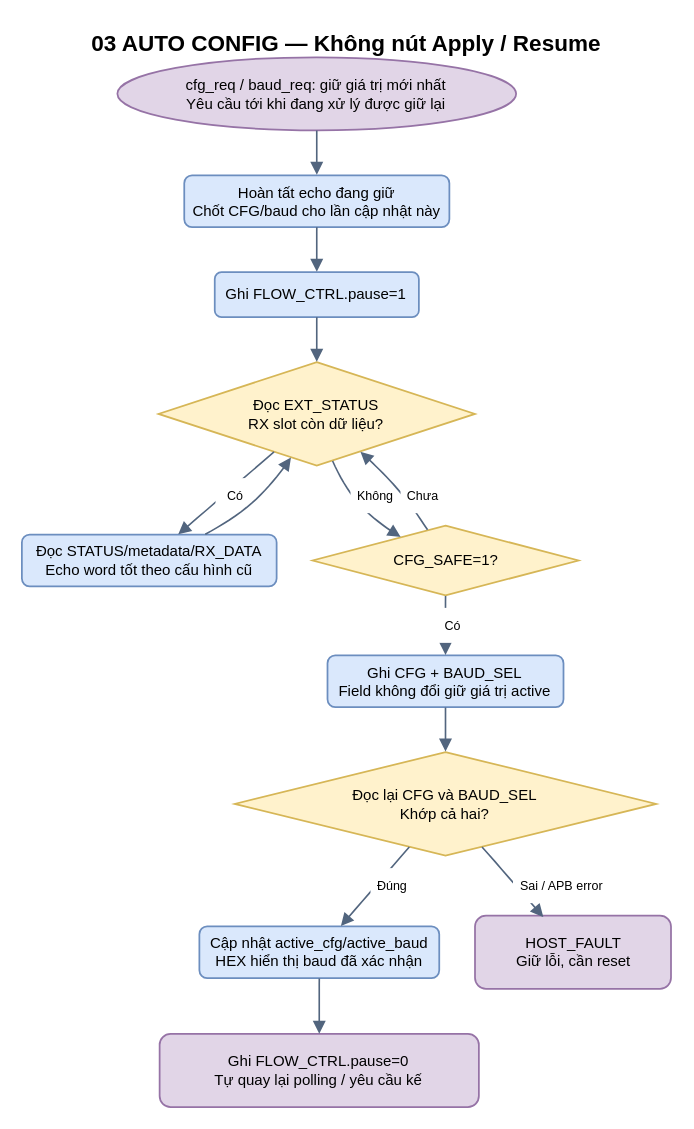
The draw.io diagram page "16 MASTER - APB_MASTER_AUTO_CONFIG" (16 of 18) of Architecture_diagram/UART_APB_ARCHITECTURE.drawio in KaneThanh/APB_UART, before the edit. Source tidied: cells renumbered, new cells numbered last; positions are measured from the earlier drawing's top-left corner, leaving out a move shared by most shapes. Both pictures are drawn from the tidied source at 125%, with x=0, y=0 at pixel (21, 21).
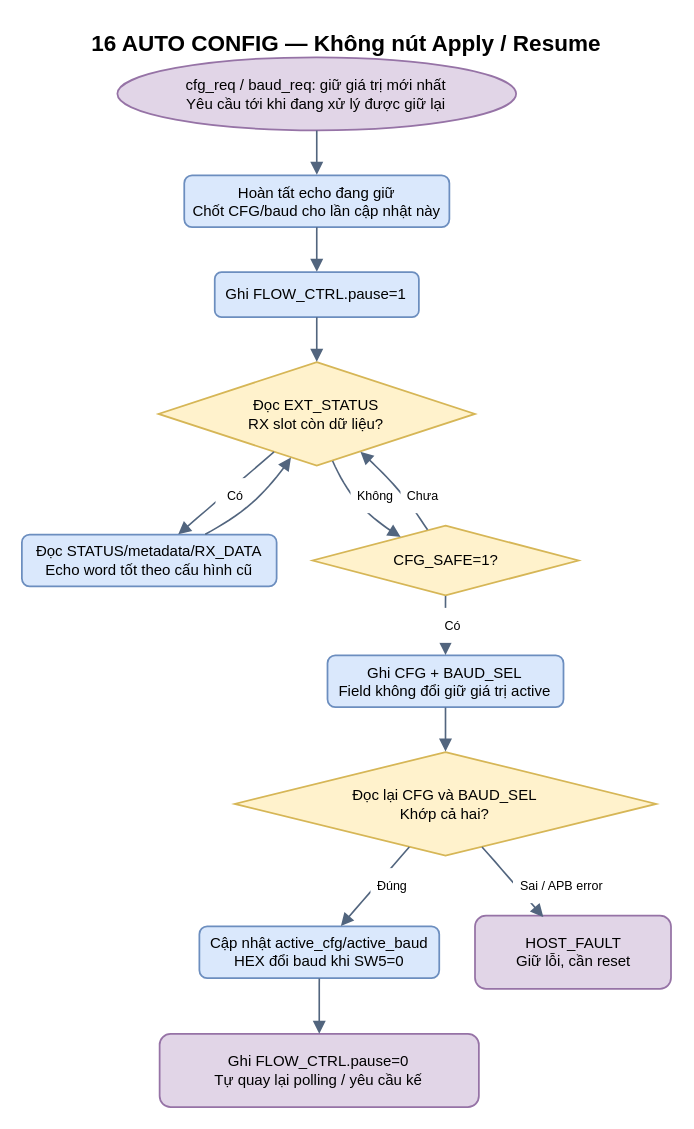
The same page after the edit.

The edit, as a diff of the source:
```diff
@@
-    <mxCell id="10" value="Cập nhật active_cfg/active_baud&#10;HEX hiển thị baud đã xác nhận" style="rounded=1;html=0;whiteSpace=wrap;fillColor=#DAE8FC;strokeColor=#6C8EBF;strokeWidth=1.4;fontFamily=Arial;fontSize=12;align=center;verticalAlign=middle;spacing=6;" parent="1" vertex="1">
+    <mxCell id="10" value="Cập nhật active_cfg/active_baud&#10;HEX đổi baud khi SW5=0" style="rounded=1;html=0;whiteSpace=wrap;fillColor=#DAE8FC;strokeColor=#6C8EBF;strokeWidth=1.4;fontFamily=Arial;fontSize=12;align=center;verticalAlign=middle;spacing=6;" parent="1" vertex="1">
       <mxGeometry x="142" y="723.6" width="191.9" height="41.4" as="geometry" />
     </mxCell>
@@
-    <mxCell id="31" value="03 AUTO CONFIG — Không nút Apply / Resume" style="text;html=0;strokeColor=none;fillColor=none;fontFamily=Arial;fontSize=18;fontStyle=1;align=center;" parent="1" vertex="1">
+    <mxCell id="31" value="16 AUTO CONFIG — Không nút Apply / Resume" style="text;html=0;strokeColor=none;fillColor=none;fontFamily=Arial;fontSize=18;fontStyle=1;align=center;" parent="1" vertex="1">
       <mxGeometry width="519.3" height="28" as="geometry" />
     </mxCell>
```
